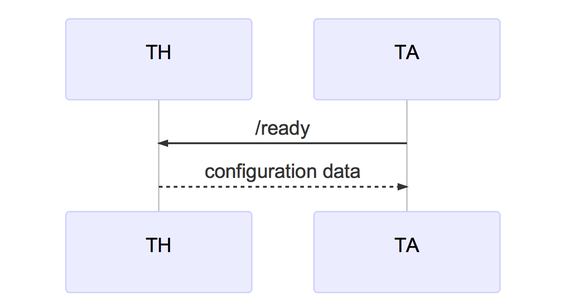
Above: documents/sequences/cp1.mmd.png in cmu-mars/cmu-robotics (Mermaid), before the change. Its source is kept beside it as documents/sequences/cp1.mmd. Its diagram source:
```mermaid
sequenceDiagram
	participant TH
	participant TA

	TA ->> TH: /ready
	TH -->> TA: configuration data
```
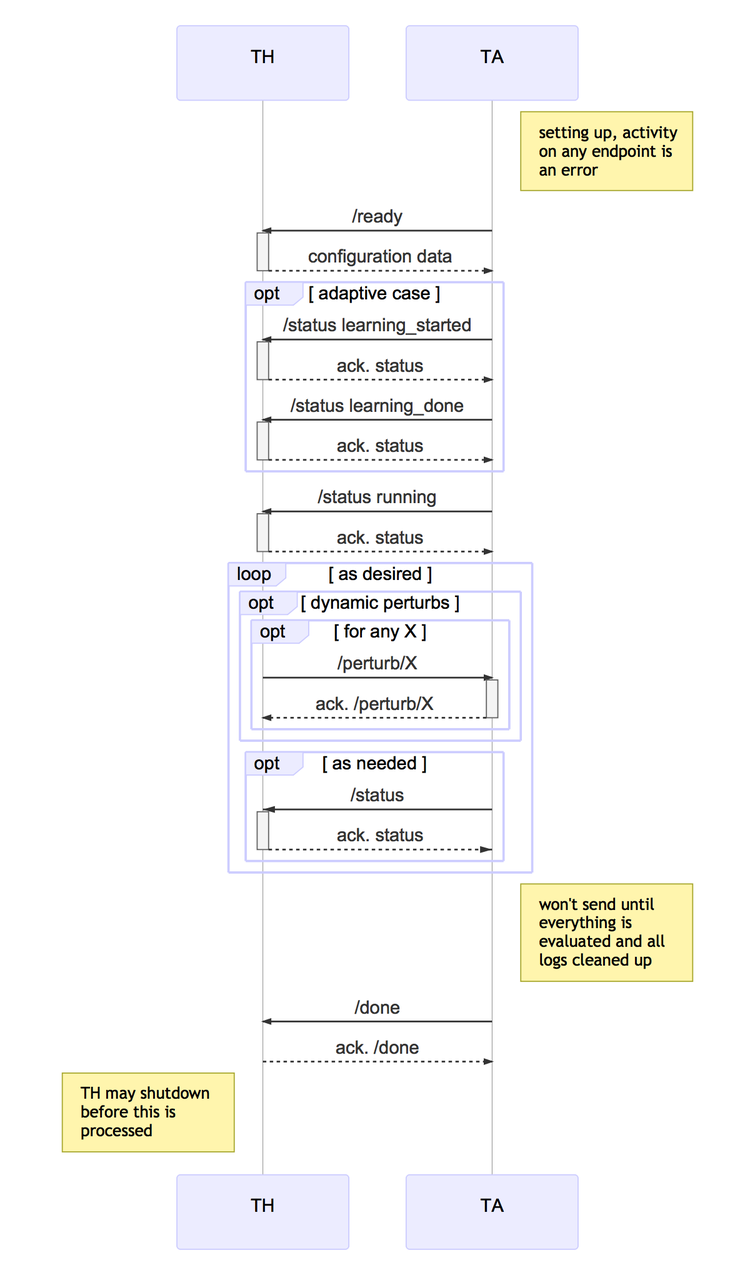
After the change.

Commit message:
cp1 rough draft of sequence diagram

The edit, as a diff of the source:
```diff
@@ -2,5 +2,38 @@
 	participant TH
 	participant TA
 
-	TA ->> TH: /ready
-	TH -->> TA: configuration data
+	Note right of TA: setting up, activity on any endpoint is an error
+
+        TA ->>+ TH: /ready
+        TH -->>- TA: configuration data
+
+	opt adaptive case
+	        TA ->>+ TH: /status learning_started
+        	TH -->>- TA: ack. status
+
+        	TA ->>+ TH: /status learning_done
+		TH -->>- TA: ack. status
+	end
+
+	TA ->>+ TH: /status running
+	TH -->>- TA: ack. status
+
+	loop as desired
+                opt dynamic perturbs
+                            opt for any X
+                                 TH ->>+ TA: /perturb/X
+                                 TA -->>- TH: ack. /perturb/X
+                            end
+                end
+
+                opt as needed
+                    TA -x+ TH: /status
+                    TH --x- TA: ack. status
+                end
+        end
+
+	Note right of TA: won't send until everything is evaluated and all logs cleaned up
+        TA ->> TH: /done
+        TH -->> TA: ack. /done
+
+        Note left of TH: TH may shutdown before this is processed
```
